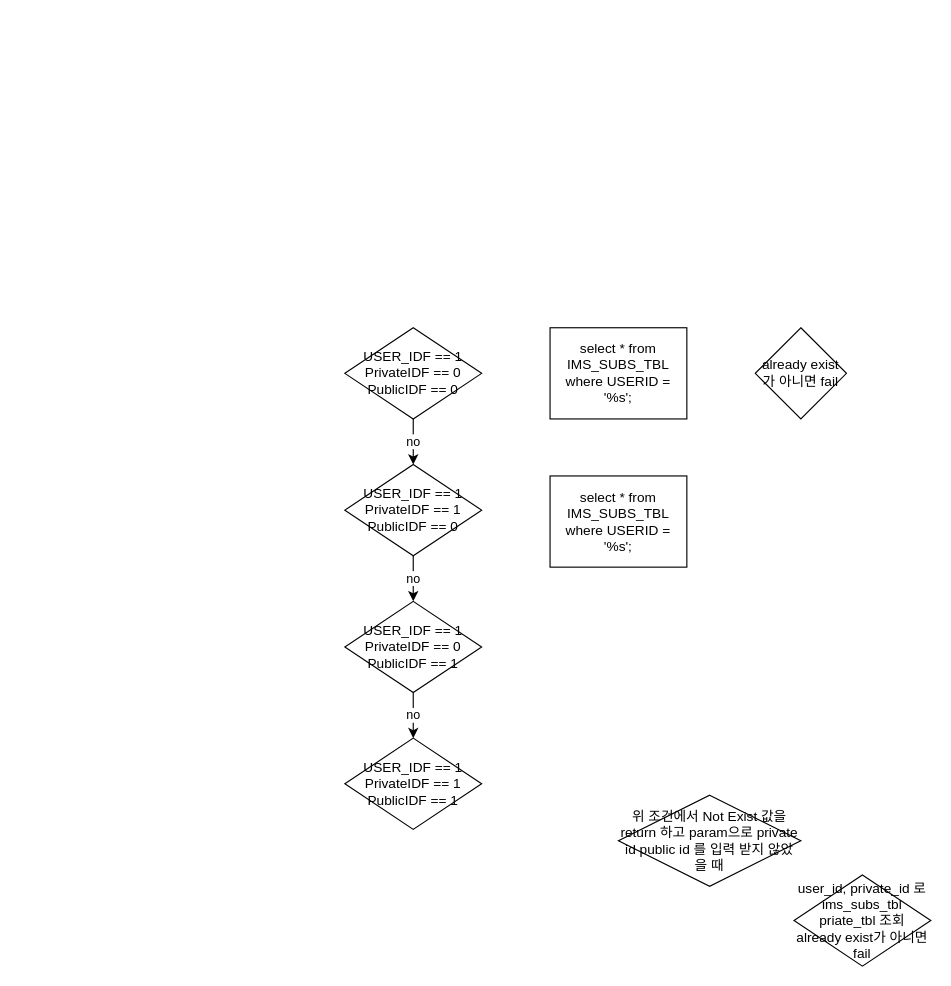
Above: DIS_SUBS.drawio in JaeHyeon774/NEWTIL (draw.io), before the change. Source tidied: cells renumbered, new cells numbered last; positions are measured from the earlier drawing's top-left corner, leaving out a move shared by most shapes. Both pictures are drawn from the tidied source at 114%, with x=0, y=0 at pixel (344, 327).
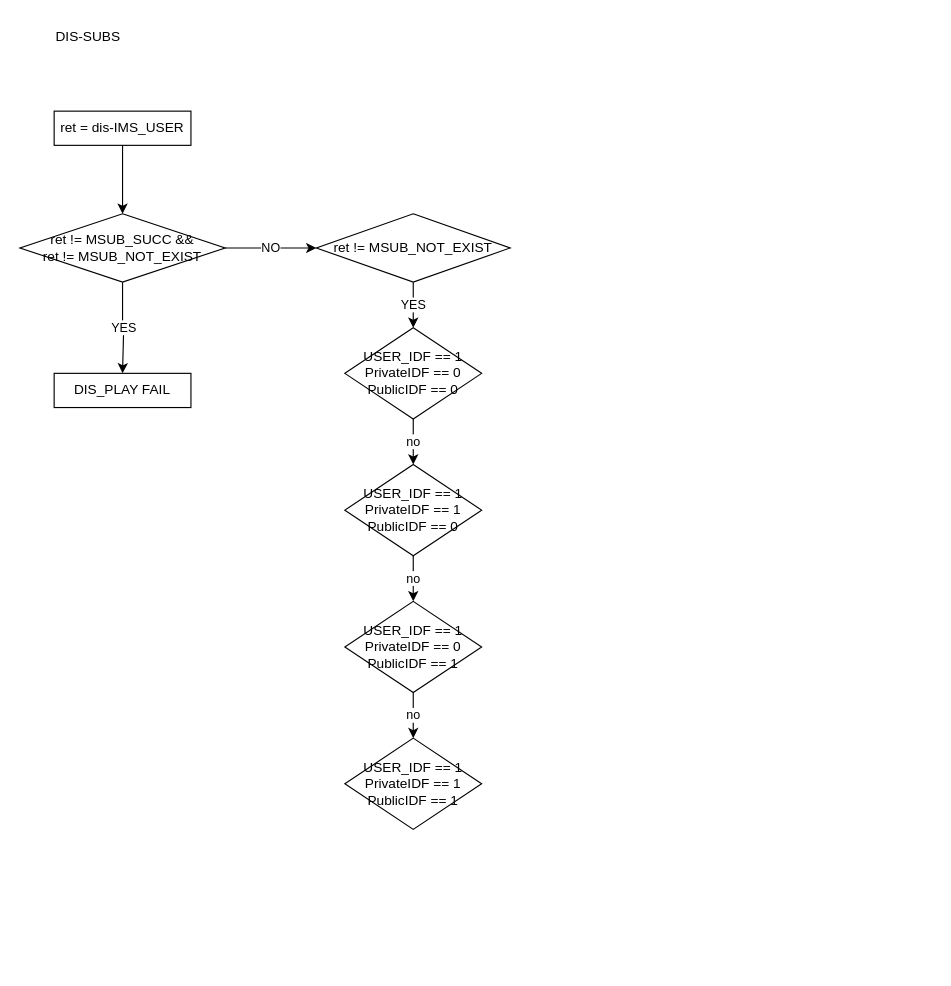
The same diagram, later.

What changed in the source:
```diff
@@
 <mxGraphModel>
   <root>
     <mxCell id="0" />
     <mxCell id="1" parent="0" />
     <mxCell id="2" value="no" style="edgeStyle=orthogonalEdgeStyle;rounded=0;jettySize=auto;html=1;exitX=0.5;exitY=1;exitDx=0;exitDy=0;entryX=0.5;entryY=0;entryDx=0;entryDy=0;" parent="1" edge="1" source="3" target="5">
       <mxGeometry relative="1" as="geometry" />
     </mxCell>
     <mxCell id="3" value="USER_IDF == 1&lt;div&gt;PrivateIDF == 0&lt;/div&gt;&lt;div&gt;PublicIDF == 0&lt;/div&gt;" style="rhombus;whiteSpace=wrap;html=1;" parent="1" vertex="1">
       <mxGeometry width="120" height="80" as="geometry" />
     </mxCell>
     <mxCell id="4" value="no" style="edgeStyle=orthogonalEdgeStyle;rounded=0;jettySize=auto;html=1;exitX=0.5;exitY=1;exitDx=0;exitDy=0;entryX=0.5;entryY=0;entryDx=0;entryDy=0;" parent="1" edge="1" source="5" target="7">
       <mxGeometry relative="1" as="geometry" />
     </mxCell>
     <mxCell id="5" value="USER_IDF == 1&lt;div&gt;PrivateIDF == 1&lt;/div&gt;&lt;div&gt;PublicIDF == 0&lt;/div&gt;" style="rhombus;whiteSpace=wrap;html=1;" parent="1" vertex="1">
       <mxGeometry y="120" width="120" height="80" as="geometry" />
     </mxCell>
     <mxCell id="6" value="no" style="edgeStyle=orthogonalEdgeStyle;rounded=0;jettySize=auto;html=1;exitX=0.5;exitY=1;exitDx=0;exitDy=0;entryX=0.5;entryY=0;entryDx=0;entryDy=0;" parent="1" edge="1" source="7" target="8">
       <mxGeometry relative="1" as="geometry" />
     </mxCell>
     <mxCell id="7" value="USER_IDF == 1&lt;div&gt;PrivateIDF == 0&lt;/div&gt;&lt;div&gt;PublicIDF == 1&lt;/div&gt;" style="rhombus;whiteSpace=wrap;html=1;" parent="1" vertex="1">
       <mxGeometry y="240" width="120" height="80" as="geometry" />
     </mxCell>
     <mxCell id="8" value="USER_IDF == 1&lt;div&gt;PrivateIDF == 1&lt;/div&gt;&lt;div&gt;PublicIDF == 1&lt;/div&gt;" style="rhombus;whiteSpace=wrap;html=1;" parent="1" vertex="1">
       <mxGeometry y="360" width="120" height="80" as="geometry" />
     </mxCell>
-    <mxCell id="9" value="select * from IMS_SUBS_TBL where USERID = '%s';" style="rounded=0;whiteSpace=wrap;html=1;" parent="1" vertex="1">
-      <mxGeometry x="180" width="120" height="80" as="geometry" />
-    </mxCell>
-    <mxCell id="10" value="select * from IMS_SUBS_TBL where USERID = '%s';" style="rounded=0;whiteSpace=wrap;html=1;" parent="1" vertex="1">
-      <mxGeometry x="180" y="130" width="120" height="80" as="geometry" />
-    </mxCell>
-    <mxCell id="11" value="already exist가 아니면 fail" style="rhombus;whiteSpace=wrap;html=1;" parent="1" vertex="1">
-      <mxGeometry x="360" width="80" height="80" as="geometry" />
-    </mxCell>
-    <mxCell id="12" value="user_id, private_id 로&lt;div&gt;ims_subs_tbl&lt;/div&gt;&lt;div&gt;priate_tbl 조회&lt;/div&gt;&lt;div&gt;&lt;span style=&quot;background-color: transparent; color: light-dark(rgb(0, 0, 0), rgb(255, 255, 255));&quot;&gt;already exist가 아니면 fail&lt;/span&gt;&lt;/div&gt;" style="rhombus;whiteSpace=wrap;html=1;" parent="1" vertex="1">
-      <mxGeometry x="394" y="480" width="120" height="80" as="geometry" />
-    </mxCell>
-    <mxCell id="13" value="위 조건에서 Not Exist 값을 return 하고 param으로 private id public id 를 입력 받지 않았을 때" style="rhombus;whiteSpace=wrap;html=1;" parent="1" vertex="1">
-      <mxGeometry x="240" y="410" width="160" height="80" as="geometry" />
-    </mxCell>
+    <mxCell id="14" value="DIS-SUBS" style="text;html=1;align=center;verticalAlign=middle;whiteSpace=wrap;rounded=0;" parent="1" vertex="1">
+      <mxGeometry x="-255" y="-270" width="60" height="30" as="geometry" />
+    </mxCell>
+    <mxCell id="15" style="edgeStyle=orthogonalEdgeStyle;rounded=0;jettySize=auto;html=1;exitX=0.5;exitY=1;exitDx=0;exitDy=0;" parent="1" edge="1" source="16" target="19">
+      <mxGeometry relative="1" as="geometry" />
+    </mxCell>
+    <mxCell id="16" value="ret = dis-IMS_USER" style="rounded=0;whiteSpace=wrap;html=1;" parent="1" vertex="1">
+      <mxGeometry x="-255" y="-190" width="120" height="30" as="geometry" />
+    </mxCell>
+    <mxCell id="17" value="YES" style="edgeStyle=orthogonalEdgeStyle;rounded=0;jettySize=auto;html=1;exitX=0.5;exitY=1;exitDx=0;exitDy=0;" parent="1" edge="1" source="19">
+      <mxGeometry relative="1" as="geometry">
+        <mxPoint x="-195" y="40" as="targetPoint" />
+        <Array as="points">
+          <mxPoint x="-195" />
+          <mxPoint x="-194" />
+        </Array>
+      </mxGeometry>
+    </mxCell>
+    <mxCell id="18" value="NO" style="edgeStyle=orthogonalEdgeStyle;rounded=0;jettySize=auto;html=1;exitX=1;exitY=0.5;exitDx=0;exitDy=0;entryX=0;entryY=0.5;entryDx=0;entryDy=0;" parent="1" edge="1" source="19" target="22">
+      <mxGeometry relative="1" as="geometry" />
+    </mxCell>
+    <mxCell id="19" value="ret != MSUB_SUCC &amp;amp;&amp;amp;&lt;div&gt;ret != MSUB_NOT_EXIST&lt;/div&gt;" style="rhombus;whiteSpace=wrap;html=1;" parent="1" vertex="1">
+      <mxGeometry x="-285" y="-100" width="180" height="60" as="geometry" />
+    </mxCell>
+    <mxCell id="20" value="DIS_PLAY FAIL" style="rounded=0;whiteSpace=wrap;html=1;" parent="1" vertex="1">
+      <mxGeometry x="-255" y="40" width="120" height="30" as="geometry" />
+    </mxCell>
+    <mxCell id="21" value="YES" style="edgeStyle=orthogonalEdgeStyle;rounded=0;jettySize=auto;html=1;exitX=0.5;exitY=1;exitDx=0;exitDy=0;entryX=0.5;entryY=0;entryDx=0;entryDy=0;" parent="1" edge="1" source="22" target="3">
+      <mxGeometry relative="1" as="geometry" />
+    </mxCell>
+    <mxCell id="22" value="ret != MSUB_NOT_EXIST" style="rhombus;whiteSpace=wrap;html=1;" parent="1" vertex="1">
+      <mxGeometry x="-25" y="-100" width="170" height="60" as="geometry" />
+    </mxCell>
   </root>
 </mxGraphModel>
```
